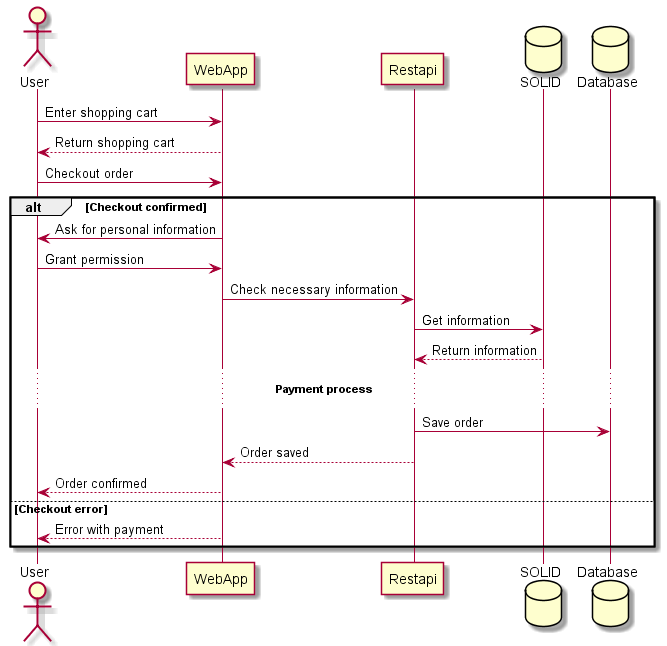
Above: images/Sequence diagram_Confirm_purchase.png in Arquisoft/dede_es5a (PlantUML), before the change.
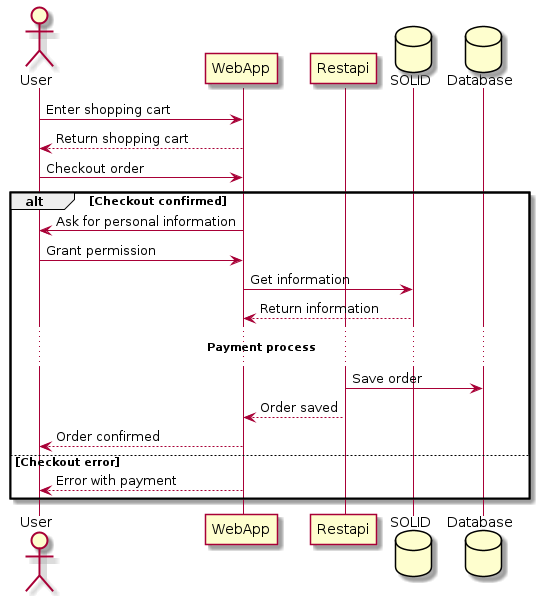
The same diagram one commit later.

Diff of the diagram source:
```diff
@@ -10,9 +10,8 @@
 alt Checkout confirmed
     User<- WebApp: Ask for personal information
     User-> WebApp: Grant permission
-    WebApp-> Restapi: Check necessary information
-    Restapi-> SOLID: Get information
-    Restapi<-- SOLID: Return information
+    WebApp-> SOLID: Get information
+    WebApp<-- SOLID: Return information
 ... **Payment process** ...
     Restapi-> Database: Save order
     Restapi--> WebApp: Order saved
```
